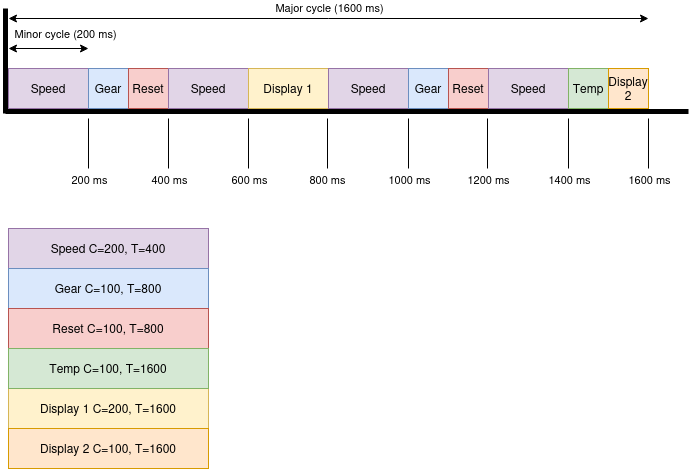
This is assets/images/bike_computer_static_scheduler_no_transparent.png from kutoswiss/mse-aes-workspace, a draw.io export, as it was before one commit. Source tidied: cells renumbered, new cells last; positions are measured from the earlier drawing's top-left corner, leaving out a move shared by most shapes.
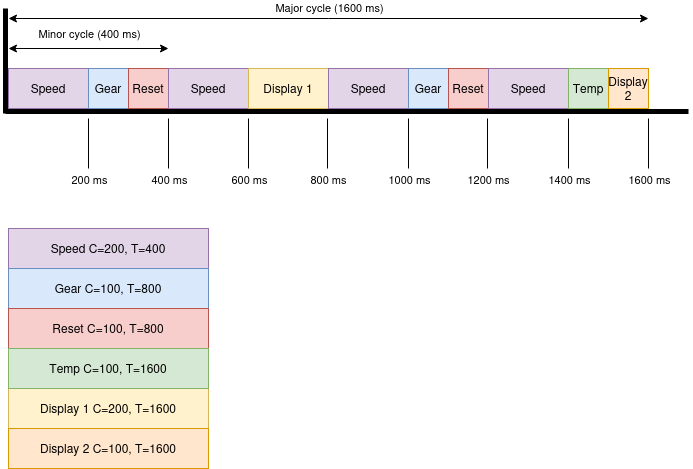
The same file after the commit.

Diff of the diagram source:
```diff
@@ -149,12 +149,12 @@
     <mxCell id="33" style="endArrow=classic;startArrow=classic;html=1;rounded=0;defaultLabelBackgroundColor=page;" parent="1" edge="1">
       <mxGeometry relative="1" as="geometry">
         <mxPoint x="3" y="40" as="sourcePoint" />
-        <mxPoint x="83" y="40" as="targetPoint" />
+        <mxPoint x="163" y="40" as="targetPoint" />
       </mxGeometry>
     </mxCell>
-    <mxCell id="34" value="Minor cycle (200 ms)" style="edgeLabel;html=1;align=center;verticalAlign=middle;inheritText=1;defaultLabelBackgroundColor=page;" parent="33" vertex="1">
-      <mxGeometry x="0.2" y="-2" relative="1" as="geometry">
-        <mxPoint x="8" y="-18" as="offset" />
+    <mxCell id="34" value="Minor cycle (400 ms)" style="edgeLabel;html=1;align=center;verticalAlign=middle;inheritText=1;defaultLabelBackgroundColor=page;" parent="33" vertex="1">
+      <mxGeometry x="-0.4" y="-2" relative="1" as="geometry">
+        <mxPoint x="32" y="-18" as="offset" />
       </mxGeometry>
     </mxCell>
     <mxCell id="35" value="Speed C=200, T=400" style="rounded=0;whiteSpace=wrap;html=1;fillColor=#e1d5e7;strokeColor=#9673a6;" parent="1" vertex="1">
```
